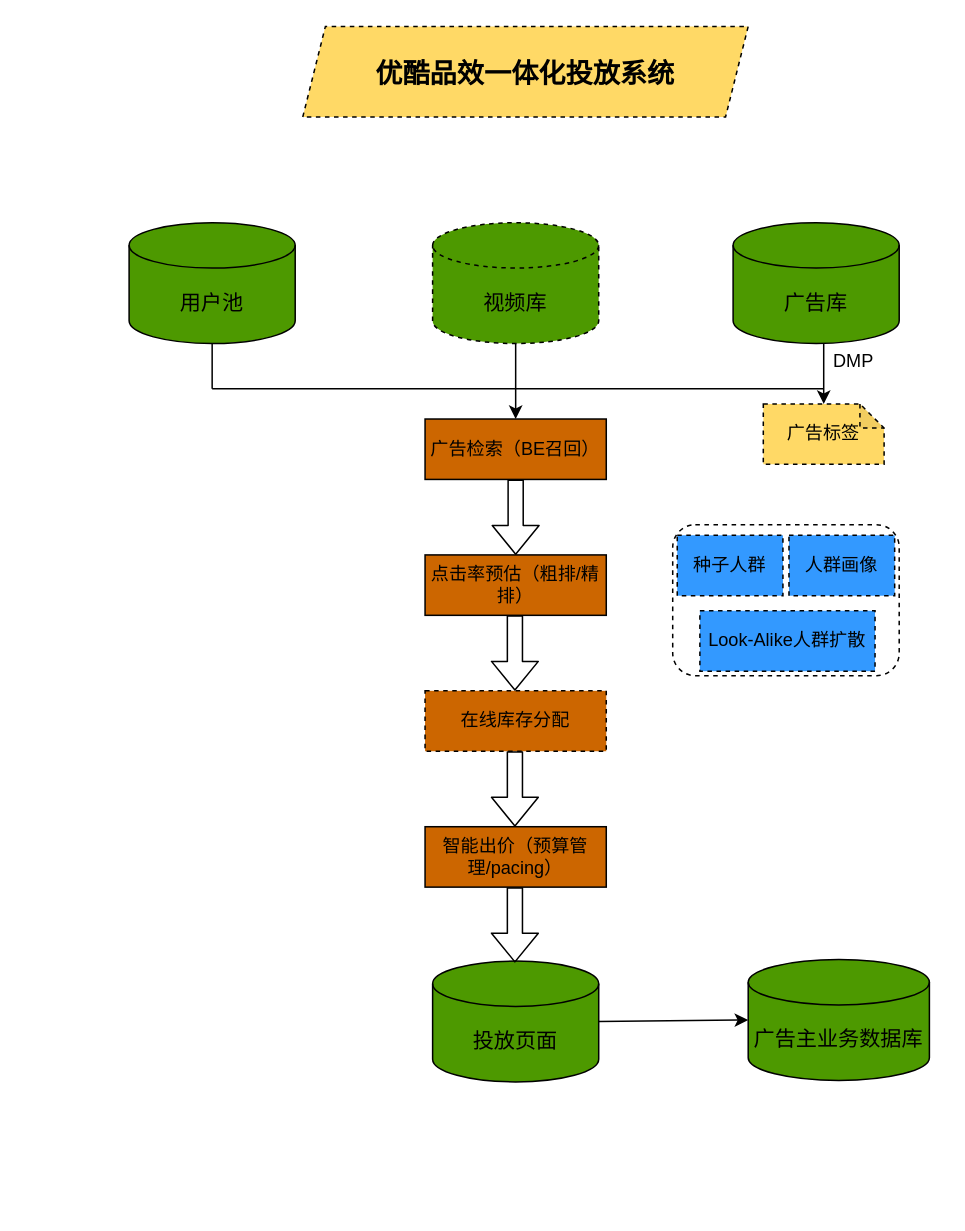
Earlier version of the draw.io diagram Untitled Diagram.drawio (ronxiao/hello-world). Source tidied: cells renumbered, new cells numbered last; positions are measured from the earlier drawing's top-left corner, leaving out a move shared by most shapes. Both pictures are drawn from the tidied source at 151%, with x=0, y=0 at pixel (128, 26).
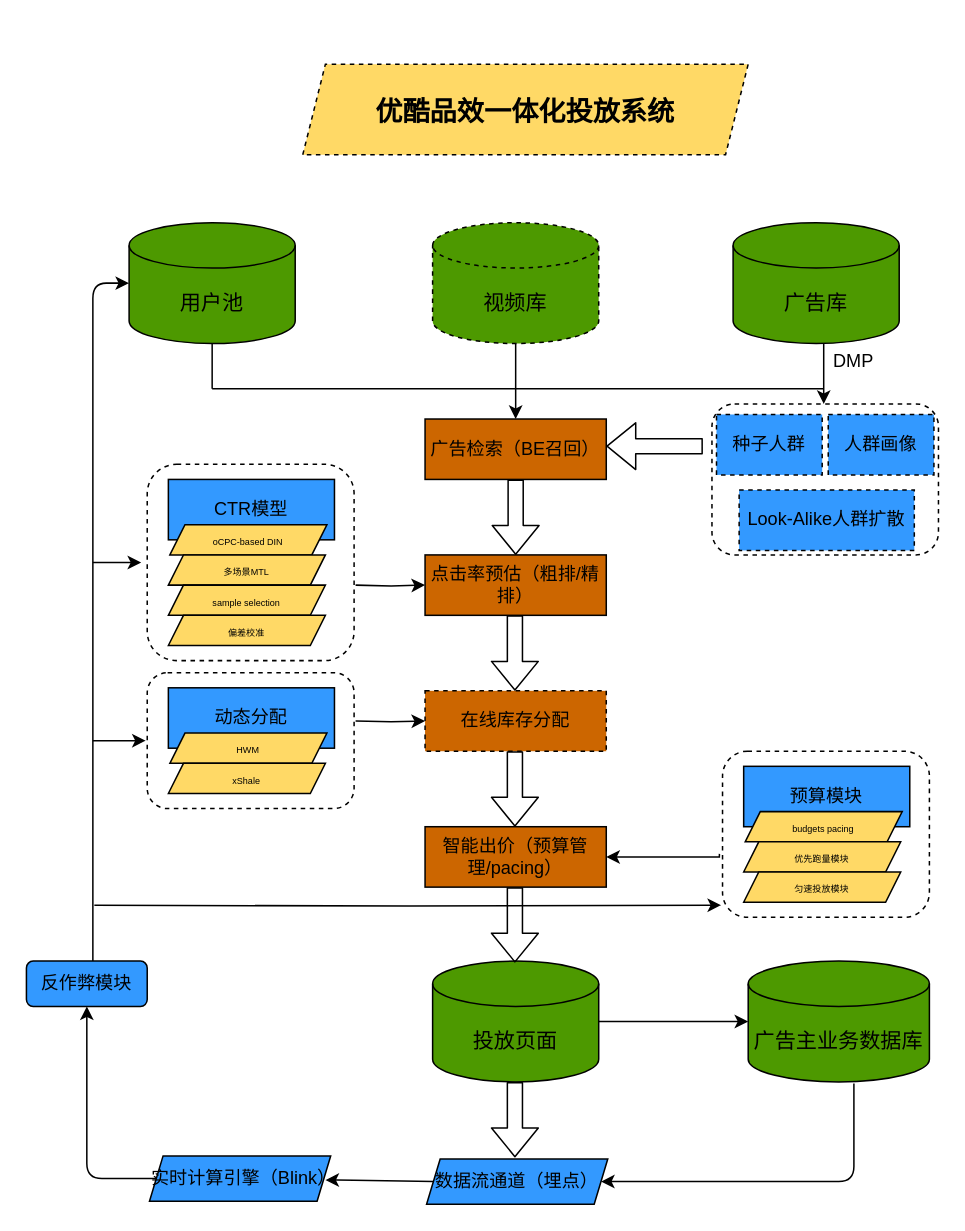
The same page after the edit.

The change refers to these unchanged cells:
```xml
<mxCell id="2" value="&lt;font style=&quot;font-size: 14px&quot;&gt;用户池&lt;/font&gt;" style="shape=cylinder3;whiteSpace=wrap;html=1;boundedLbl=1;backgroundOutline=1;size=15;fillColor=#4D9900;" parent="1" vertex="1">
  <mxGeometry y="130" width="110" height="80" as="geometry" />
</mxCell>
<mxCell id="14" value="点击率预估（粗排/精排）" style="rounded=0;whiteSpace=wrap;html=1;fillColor=#CC6600;" parent="1" vertex="1">
  <mxGeometry x="196" y="350" width="120" height="40" as="geometry" />
</mxCell>
<mxCell id="15" value="在线库存分配" style="rounded=0;whiteSpace=wrap;html=1;fillColor=#CC6600;dashed=1;" parent="1" vertex="1">
  <mxGeometry x="196" y="440" width="120" height="40" as="geometry" />
</mxCell>
<mxCell id="17" value="智能出价（预算管理/pacing）" style="rounded=0;whiteSpace=wrap;html=1;fillColor=#CC6600;" parent="1" vertex="1">
  <mxGeometry x="196" y="530" width="120" height="40" as="geometry" />
</mxCell>
```

Change to the diagram source:
```diff
@@
-    <mxCell id="6" style="group;" parent="1" vertex="1">
-      <mxGeometry x="360" y="330" width="150" height="100" as="geometry" />
-    </mxCell>
-    <mxCell id="7" style="rounded=1;whiteSpace=wrap;html=1;dashed=1;fillColor=#FFFFFF;" parent="6" vertex="1">
-      <mxGeometry width="150" height="100" as="geometry" />
-    </mxCell>
-    <mxCell id="8" value="种子人群" style="rounded=0;whiteSpace=wrap;html=1;dashed=1;fillColor=#3399FF;" parent="6" vertex="1">
-      <mxGeometry x="3" y="7" width="70" height="40" as="geometry" />
-    </mxCell>
-    <mxCell id="9" value="人群画像" style="rounded=0;whiteSpace=wrap;html=1;dashed=1;fillColor=#3399FF;" parent="6" vertex="1">
-      <mxGeometry x="77" y="7" width="70" height="40" as="geometry" />
-    </mxCell>
-    <mxCell id="10" value="Look-Alike人群扩散" style="rounded=0;whiteSpace=wrap;html=1;dashed=1;fillColor=#3399FF;" parent="6" vertex="1">
-      <mxGeometry x="18" y="57" width="116" height="40" as="geometry" />
-    </mxCell>
-    <mxCell id="11" value="广告标签" style="shape=note;whiteSpace=wrap;html=1;backgroundOutline=1;darkOpacity=0.05;dashed=1;size=16;fillColor=#FFD966;" parent="1" vertex="1">
-      <mxGeometry x="420" y="250" width="80" height="40" as="geometry" />
-    </mxCell>
@@
     <mxCell id="18" value="&lt;span style=&quot;font-size: 14px&quot;&gt;广告主业务数据库&lt;/span&gt;" style="shape=cylinder3;whiteSpace=wrap;html=1;boundedLbl=1;backgroundOutline=1;size=15;fillColor=#4D9900;" parent="1" vertex="1">
-      <mxGeometry x="410" y="618" width="120" height="80" as="geometry" />
+      <mxGeometry x="410" y="619" width="120" height="80" as="geometry" />
     </mxCell>
@@
     <mxCell id="26" value="&lt;h1&gt;&lt;font style=&quot;font-size: 18px&quot;&gt;优酷品效一体化投放系统&lt;/font&gt;&lt;/h1&gt;" style="shape=parallelogram;perimeter=parallelogramPerimeter;whiteSpace=wrap;html=1;fixedSize=1;dashed=1;fillColor=#FFD966;size=15;" parent="1" vertex="1">
-      <mxGeometry x="115" width="295" height="60" as="geometry" />
+      <mxGeometry x="115" y="25" width="295" height="60" as="geometry" />
     </mxCell>
@@
+    <mxCell id="28" style="shape=flexArrow;endArrow=classic;html=1;entryX=1;entryY=0.75;entryDx=0;entryDy=0;" parent="1" edge="1">
+      <mxGeometry relative="1" as="geometry">
+        <mxPoint x="380" y="278" as="sourcePoint" />
+        <mxPoint x="316" y="278" as="targetPoint" />
+      </mxGeometry>
+    </mxCell>
+    <mxCell id="29" style="group;" parent="1" vertex="1">
+      <mxGeometry x="26" y="303" width="140" height="120" as="geometry" />
+    </mxCell>
+    <mxCell id="30" style="group;" parent="29" vertex="1">
+      <mxGeometry x="-14" y="-13" width="137" height="130" as="geometry" />
+    </mxCell>
+    <mxCell id="31" style="rounded=1;whiteSpace=wrap;html=1;dashed=1;fillColor=#FFFFFF;" parent="30" vertex="1">
+      <mxGeometry width="137" height="130" as="geometry" />
+    </mxCell>
+    <mxCell id="32" value="CTR模型" style="rounded=0;whiteSpace=wrap;html=1;fillColor=#3399FF;" parent="30" vertex="1">
+      <mxGeometry x="14" y="10" width="110" height="40" as="geometry" />
+    </mxCell>
+    <mxCell id="33" value="&lt;span style=&quot;font-size: 6px&quot;&gt;oCPC-based DIN&lt;br&gt;&lt;/span&gt;" style="shape=parallelogram;perimeter=parallelogramPerimeter;whiteSpace=wrap;html=1;fixedSize=1;fillColor=#FFD966;size=10;" parent="30" vertex="1">
+      <mxGeometry x="15" y="40" width="104" height="20" as="geometry" />
+    </mxCell>
+    <mxCell id="34" value="&lt;span style=&quot;font-size: 6px&quot;&gt;多场景MTL&lt;/span&gt;" style="shape=parallelogram;perimeter=parallelogramPerimeter;whiteSpace=wrap;html=1;fixedSize=1;fillColor=#FFD966;size=10;" parent="30" vertex="1">
+      <mxGeometry x="14" y="60" width="104" height="20" as="geometry" />
+    </mxCell>
+    <mxCell id="35" value="&lt;span style=&quot;font-size: 6px&quot;&gt;sample selection&lt;/span&gt;" style="shape=parallelogram;perimeter=parallelogramPerimeter;whiteSpace=wrap;html=1;fixedSize=1;fillColor=#FFD966;size=10;" parent="30" vertex="1">
+      <mxGeometry x="14" y="80" width="104" height="20" as="geometry" />
+    </mxCell>
+    <mxCell id="36" value="&lt;span style=&quot;font-size: 6px&quot;&gt;偏差校准&lt;/span&gt;" style="shape=parallelogram;perimeter=parallelogramPerimeter;whiteSpace=wrap;html=1;fixedSize=1;fillColor=#FFD966;size=10;" parent="30" vertex="1">
+      <mxGeometry x="14" y="100" width="104" height="20" as="geometry" />
+    </mxCell>
+    <mxCell id="37" style="group;" parent="1" vertex="1">
+      <mxGeometry x="386" y="250" width="150" height="100" as="geometry" />
+    </mxCell>
+    <mxCell id="7" style="rounded=1;whiteSpace=wrap;html=1;dashed=1;fillColor=#FFFFFF;" parent="37" vertex="1">
+      <mxGeometry width="150" height="100" as="geometry" />
+    </mxCell>
+    <mxCell id="8" value="种子人群" style="rounded=0;whiteSpace=wrap;html=1;dashed=1;fillColor=#3399FF;" parent="37" vertex="1">
+      <mxGeometry x="3" y="7" width="70" height="40" as="geometry" />
+    </mxCell>
+    <mxCell id="9" value="人群画像" style="rounded=0;whiteSpace=wrap;html=1;dashed=1;fillColor=#3399FF;" parent="37" vertex="1">
+      <mxGeometry x="77" y="7" width="70" height="40" as="geometry" />
+    </mxCell>
+    <mxCell id="10" value="Look-Alike人群扩散" style="rounded=0;whiteSpace=wrap;html=1;dashed=1;fillColor=#3399FF;" parent="37" vertex="1">
+      <mxGeometry x="18" y="57" width="116" height="40" as="geometry" />
+    </mxCell>
+    <mxCell id="38" style="edgeStyle=orthogonalEdgeStyle;rounded=0;jettySize=auto;html=1;entryX=0;entryY=0.5;entryDx=0;entryDy=0;" parent="1" edge="1" target="14">
+      <mxGeometry relative="1" as="geometry">
+        <mxPoint x="150" y="370" as="sourcePoint" />
+      </mxGeometry>
+    </mxCell>
+    <mxCell id="39" style="edgeStyle=orthogonalEdgeStyle;rounded=0;jettySize=auto;html=1;entryX=0;entryY=0.5;entryDx=0;entryDy=0;" parent="1" edge="1" target="15">
+      <mxGeometry relative="1" as="geometry">
+        <mxPoint x="150" y="460" as="sourcePoint" />
+      </mxGeometry>
+    </mxCell>
+    <mxCell id="40" style="group;" parent="1" vertex="1">
+      <mxGeometry x="12" y="428" width="137" height="90" as="geometry" />
+    </mxCell>
+    <mxCell id="41" style="rounded=1;whiteSpace=wrap;html=1;dashed=1;fillColor=#FFFFFF;" parent="40" vertex="1">
+      <mxGeometry width="137" height="90" as="geometry" />
+    </mxCell>
+    <mxCell id="42" value="动态分配" style="rounded=0;whiteSpace=wrap;html=1;fillColor=#3399FF;" parent="40" vertex="1">
+      <mxGeometry x="14" y="10" width="110" height="40" as="geometry" />
+    </mxCell>
+    <mxCell id="43" value="&lt;span style=&quot;font-size: 6px&quot;&gt;HWM&lt;br&gt;&lt;/span&gt;" style="shape=parallelogram;perimeter=parallelogramPerimeter;whiteSpace=wrap;html=1;fixedSize=1;fillColor=#FFD966;size=10;" parent="40" vertex="1">
+      <mxGeometry x="15" y="40" width="104" height="20" as="geometry" />
+    </mxCell>
+    <mxCell id="44" value="&lt;span style=&quot;font-size: 6px&quot;&gt;xShale&lt;/span&gt;" style="shape=parallelogram;perimeter=parallelogramPerimeter;whiteSpace=wrap;html=1;fixedSize=1;fillColor=#FFD966;size=10;" parent="40" vertex="1">
+      <mxGeometry x="14" y="60" width="104" height="20" as="geometry" />
+    </mxCell>
+    <mxCell id="45" style="edgeStyle=orthogonalEdgeStyle;rounded=0;orthogonalLoop=1;jettySize=auto;html=1;exitX=0.5;exitY=1;exitDx=0;exitDy=0;" parent="40" edge="1" source="41" target="41">
+      <mxGeometry relative="1" as="geometry" />
+    </mxCell>
+    <mxCell id="46" style="group;" parent="1" vertex="1">
+      <mxGeometry x="393" y="480" width="137" height="110" as="geometry" />
+    </mxCell>
+    <mxCell id="47" style="rounded=1;whiteSpace=wrap;html=1;dashed=1;fillColor=#FFFFFF;" parent="46" vertex="1">
+      <mxGeometry width="137" height="110" as="geometry" />
+    </mxCell>
+    <mxCell id="48" value="预算模块" style="rounded=0;whiteSpace=wrap;html=1;fillColor=#3399FF;" parent="46" vertex="1">
+      <mxGeometry x="14" y="10" width="110" height="40" as="geometry" />
+    </mxCell>
+    <mxCell id="49" value="&lt;span style=&quot;font-size: 6px&quot;&gt;budgets pacing&lt;br&gt;&lt;/span&gt;" style="shape=parallelogram;perimeter=parallelogramPerimeter;whiteSpace=wrap;html=1;fixedSize=1;fillColor=#FFD966;size=10;" parent="46" vertex="1">
+      <mxGeometry x="15" y="40" width="104" height="20" as="geometry" />
+    </mxCell>
+    <mxCell id="50" value="&lt;span style=&quot;font-size: 6px&quot;&gt;优先跑量模块&lt;/span&gt;" style="shape=parallelogram;perimeter=parallelogramPerimeter;whiteSpace=wrap;html=1;fixedSize=1;fillColor=#FFD966;size=10;" parent="46" vertex="1">
+      <mxGeometry x="14" y="60" width="104" height="20" as="geometry" />
+    </mxCell>
+    <mxCell id="51" style="edgeStyle=orthogonalEdgeStyle;rounded=0;orthogonalLoop=1;jettySize=auto;html=1;exitX=0.5;exitY=1;exitDx=0;exitDy=0;" parent="46" edge="1" source="47" target="47">
+      <mxGeometry as="geometry" />
+    </mxCell>
+    <mxCell id="52" value="&lt;span style=&quot;font-size: 6px&quot;&gt;匀速投放模块&lt;/span&gt;" style="shape=parallelogram;perimeter=parallelogramPerimeter;whiteSpace=wrap;html=1;fixedSize=1;fillColor=#FFD966;size=10;" parent="46" vertex="1">
+      <mxGeometry x="14" y="80" width="104" height="20" as="geometry" />
+    </mxCell>
+    <mxCell id="53" style="edgeStyle=orthogonalEdgeStyle;rounded=0;jettySize=auto;html=1;entryX=1;entryY=0.5;entryDx=0;entryDy=0;exitX=-0.015;exitY=0.618;exitDx=0;exitDy=0;exitPerimeter=0;" parent="1" edge="1" source="47" target="17">
+      <mxGeometry relative="1" as="geometry">
+        <Array as="points">
+          <mxPoint x="391" y="550" />
+        </Array>
+      </mxGeometry>
+    </mxCell>
+    <mxCell id="54" style="shape=flexArrow;endArrow=classic;html=1;exitX=0.5;exitY=1;exitDx=0;exitDy=0;" parent="1" edge="1">
+      <mxGeometry relative="1" as="geometry">
+        <mxPoint x="255.5" y="699" as="sourcePoint" />
+        <mxPoint x="255.5" y="749" as="targetPoint" />
+      </mxGeometry>
+    </mxCell>
+    <mxCell id="55" value="数据流通道（埋点）" style="shape=parallelogram;perimeter=parallelogramPerimeter;whiteSpace=wrap;html=1;fixedSize=1;fillColor=#3399FF;size=9;" parent="1" vertex="1">
+      <mxGeometry x="197" y="750" width="120" height="30" as="geometry" />
+    </mxCell>
+    <mxCell id="56" style="endArrow=classic;html=1;entryX=1;entryY=0.5;entryDx=0;entryDy=0;" parent="1" edge="1" target="55">
+      <mxGeometry relative="1" as="geometry">
+        <mxPoint x="480" y="700" as="sourcePoint" />
+        <Array as="points">
+          <mxPoint x="480" y="765" />
+        </Array>
+      </mxGeometry>
+    </mxCell>
+    <mxCell id="57" style="endArrow=classic;html=1;exitX=0;exitY=0.5;exitDx=0;exitDy=0;" parent="1" edge="1" source="55">
+      <mxGeometry relative="1" as="geometry">
+        <mxPoint x="130" y="764" as="targetPoint" />
+        <Array as="points">
+          <mxPoint x="138.8" y="764" />
+        </Array>
+      </mxGeometry>
+    </mxCell>
+    <mxCell id="58" value="实时计算引擎（Blink）" style="shape=parallelogram;perimeter=parallelogramPerimeter;whiteSpace=wrap;html=1;fixedSize=1;fillColor=#3399FF;size=9;" parent="1" vertex="1">
+      <mxGeometry x="13.5" y="748" width="120" height="30" as="geometry" />
+    </mxCell>
+    <mxCell id="59" value="反作弊模块" style="rounded=1;whiteSpace=wrap;html=1;fillColor=#3399FF;" parent="1" vertex="1">
+      <mxGeometry x="-68" y="619" width="80" height="30" as="geometry" />
+    </mxCell>
+    <mxCell id="60" style="endArrow=classic;html=1;exitX=0;exitY=0.5;exitDx=0;exitDy=0;entryX=0.5;entryY=1;entryDx=0;entryDy=0;" parent="1" edge="1" source="58" target="59">
+      <mxGeometry relative="1" as="geometry">
+        <Array as="points">
+          <mxPoint x="-28" y="763" />
+        </Array>
+      </mxGeometry>
+    </mxCell>
+    <mxCell id="61" style="endArrow=classic;html=1;entryX=0;entryY=0.5;entryDx=0;entryDy=0;entryPerimeter=0;" parent="1" edge="1" target="2">
+      <mxGeometry relative="1" as="geometry">
+        <mxPoint x="-24" y="619" as="sourcePoint" />
+        <Array as="points">
+          <mxPoint x="-24" y="170" />
+        </Array>
+      </mxGeometry>
+    </mxCell>
+    <mxCell id="62" style="edgeStyle=orthogonalEdgeStyle;rounded=0;orthogonalLoop=1;jettySize=auto;html=1;" parent="1" edge="1">
+      <mxGeometry relative="1" as="geometry">
+        <mxPoint x="-24" y="473" as="sourcePoint" />
+        <mxPoint x="11" y="473" as="targetPoint" />
+      </mxGeometry>
+    </mxCell>
+    <mxCell id="63" style="edgeStyle=orthogonalEdgeStyle;rounded=0;jettySize=auto;html=1;entryX=-0.007;entryY=0.927;entryDx=0;entryDy=0;entryPerimeter=0;" parent="1" edge="1" target="47">
+      <mxGeometry relative="1" as="geometry">
+        <mxPoint x="-23" y="582" as="sourcePoint" />
+      </mxGeometry>
+    </mxCell>
+    <mxCell id="64" style="edgeStyle=orthogonalEdgeStyle;rounded=0;orthogonalLoop=1;jettySize=auto;html=1;entryX=0;entryY=0.5;entryDx=0;entryDy=0;" parent="1" edge="1">
+      <mxGeometry relative="1" as="geometry">
+        <mxPoint x="-24" y="355" as="sourcePoint" />
+        <mxPoint x="8" y="355" as="targetPoint" />
+      </mxGeometry>
+    </mxCell>
```
